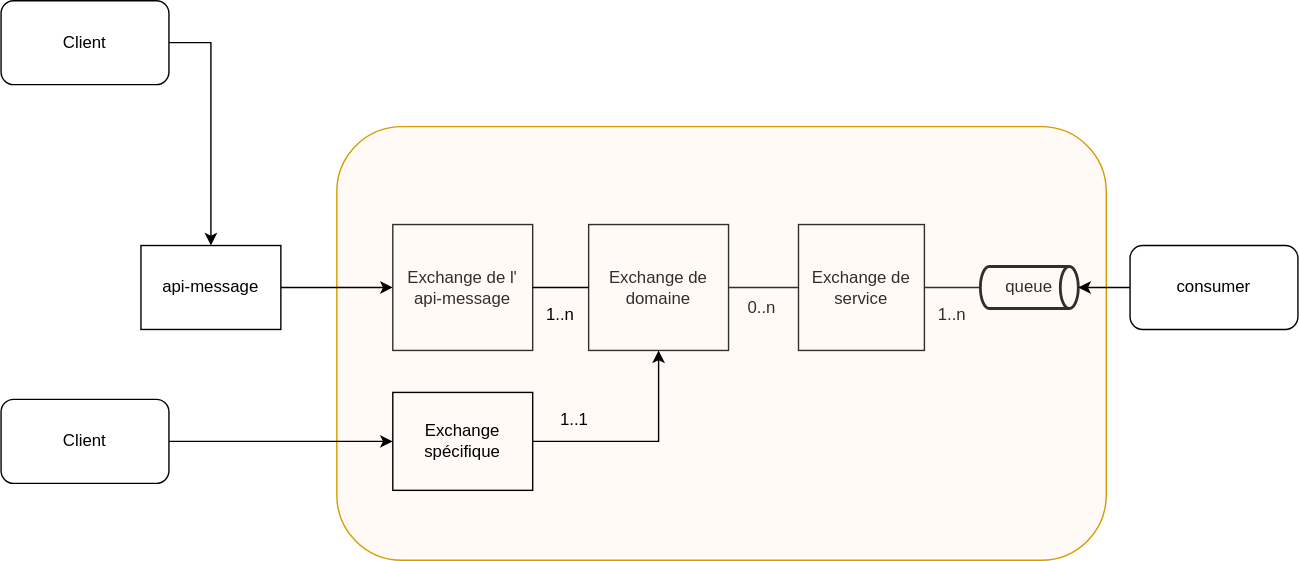
Above: drawio/diagramme AR2.drawio.svg in sarraz1/csau (draw.io), before the change. Source tidied: cells renumbered, new cells last; positions are measured from the earlier drawing's top-left corner, leaving out a move shared by most shapes.
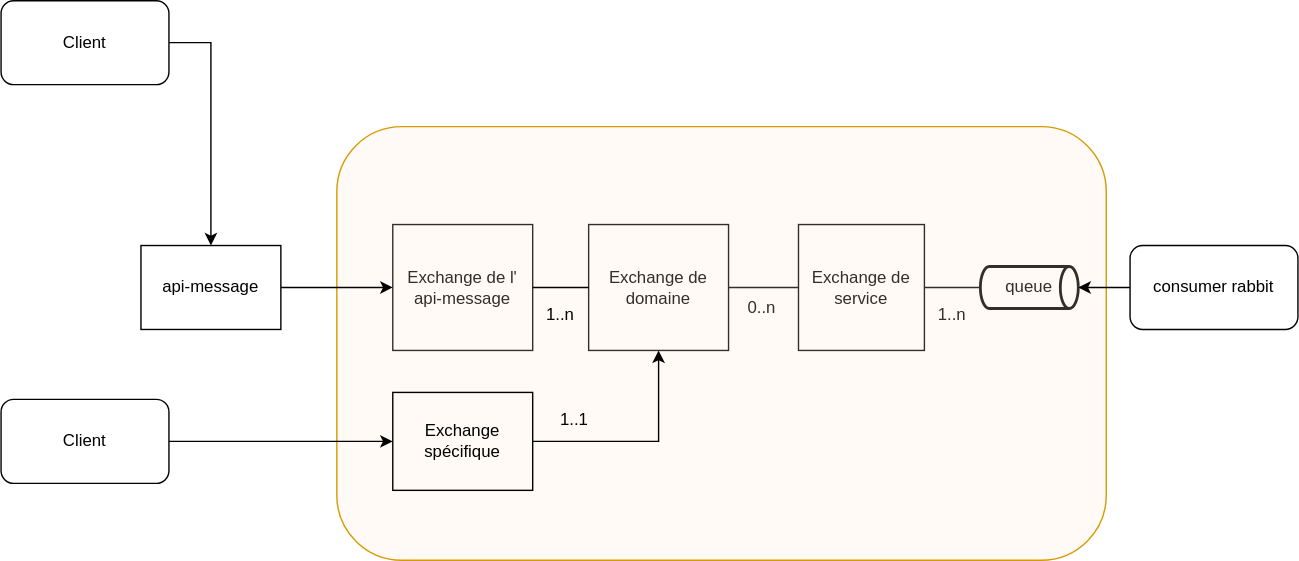
After the change.

Commit message:
Mettre à jour diagramme AR2.drawio.svg

What changed in the source:
```diff
@@ -65,7 +65,7 @@
     <mxCell id="22" value="1..1" style="text;html=1;align=center;verticalAlign=middle;whiteSpace=wrap;rounded=0;" parent="1" vertex="1">
       <mxGeometry x="380" y="285" width="60" height="30" as="geometry" />
     </mxCell>
-    <mxCell id="23" value="consumer" style="rounded=1;whiteSpace=wrap;html=1;" parent="1" vertex="1">
+    <mxCell id="23" value="consumer rabbit" style="rounded=1;whiteSpace=wrap;html=1;" parent="1" vertex="1">
       <mxGeometry x="807" y="175" width="120" height="60" as="geometry" />
     </mxCell>
     <mxCell id="24" style="edgeStyle=orthogonalEdgeStyle;rounded=0;jettySize=auto;html=1;entryX=1;entryY=0.5;entryDx=0;entryDy=0;entryPerimeter=0;" parent="1" edge="1" source="23" target="7">
```
